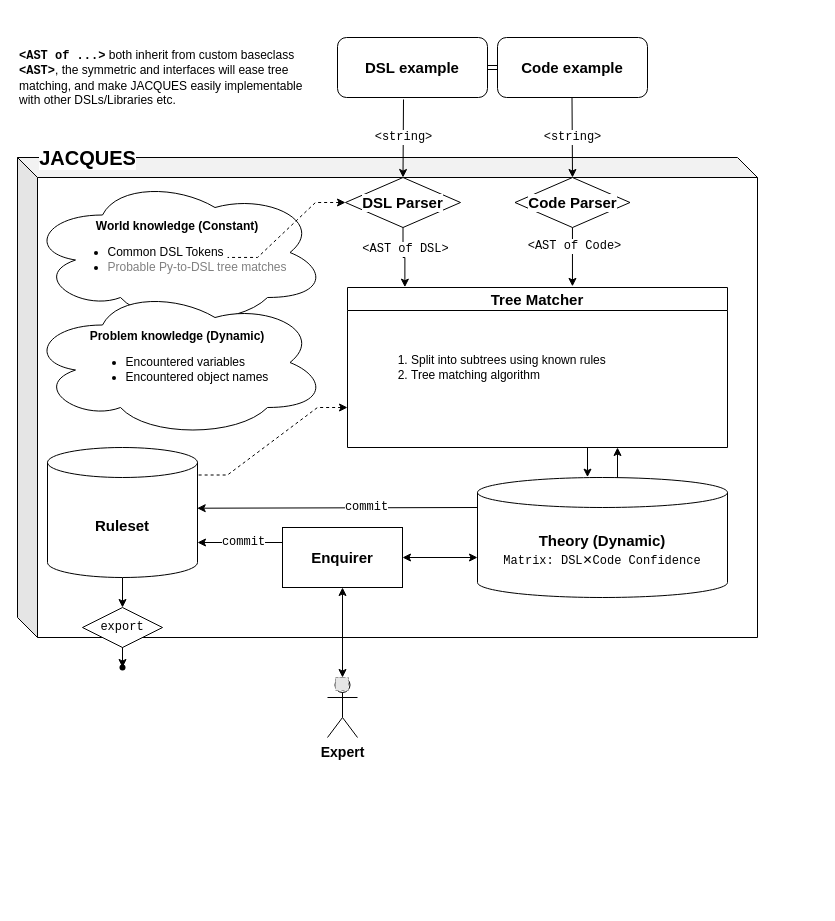
Before: documentation/design.drawio in Goshagosha/Jacques, a draw.io diagram. Source tidied: cells renumbered, new cells numbered last; positions are measured from the earlier drawing's top-left corner, leaving out a move shared by most shapes. Both pictures are drawn from the tidied source at 100%, with x=0, y=0 at pixel (17, 17). Pictures stored in the file or linked from it are replaced by grey dashed boxes.
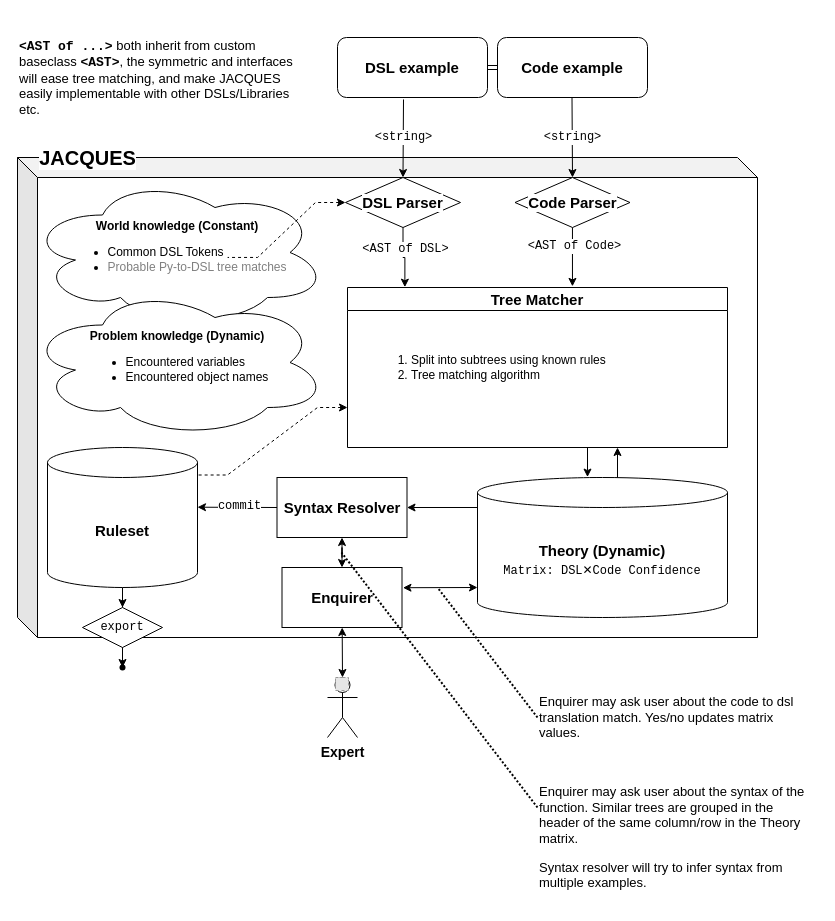
The same page after the edit.

Diff of the diagram source:
```diff
@@
     <mxCell id="7" value="&lt;div style=&quot;font-size: 15px;&quot;&gt;Ruleset&lt;br style=&quot;font-size: 15px;&quot;&gt;&lt;/div&gt;" style="shape=cylinder3;whiteSpace=wrap;html=1;boundedLbl=1;backgroundOutline=1;size=15;rounded=0;shadow=0;labelBackgroundColor=default;fontSize=15;fontFamily=Helvetica;fontStyle=1;" parent="1" vertex="1">
-      <mxGeometry x="30" y="430" width="150" height="130" as="geometry" />
+      <mxGeometry x="30" y="430" width="150" height="140" as="geometry" />
     </mxCell>
@@
     <mxCell id="28" value="&lt;div style=&quot;font-size: 15px;&quot; align=&quot;center&quot;&gt;&lt;font style=&quot;font-size: 15px;&quot;&gt;Theory (Dynamic)&lt;/font&gt;&lt;/div&gt;&lt;div style=&quot;font-size: 15px;&quot; align=&quot;center&quot;&gt;&lt;font style=&quot;font-size: 15px;&quot;&gt;&lt;span style=&quot;font-weight: normal;&quot;&gt;&lt;font style=&quot;font-size: 12px;&quot; face=&quot;Courier New&quot;&gt;Matrix: DSL✕Code Confidence&lt;/font&gt;&lt;/span&gt;&lt;br style=&quot;font-size: 15px;&quot;&gt;&lt;/font&gt;&lt;/div&gt;" style="shape=cylinder3;whiteSpace=wrap;html=1;boundedLbl=1;backgroundOutline=1;size=15;rounded=0;shadow=0;labelBackgroundColor=default;fontFamily=Helvetica;fontSize=15;align=center;fontStyle=1;" parent="1" vertex="1">
-      <mxGeometry x="460" y="460" width="250" height="120" as="geometry" />
+      <mxGeometry x="460" y="460" width="250" height="140" as="geometry" />
     </mxCell>
@@
     <mxCell id="31" value="Enquirer" style="rounded=0;whiteSpace=wrap;html=1;shadow=0;labelBackgroundColor=default;fontFamily=Helvetica;fontSize=15;fontStyle=1;" parent="1" vertex="1">
-      <mxGeometry x="265" y="510" width="120" height="60" as="geometry" />
+      <mxGeometry x="264.5" y="550" width="120" height="60" as="geometry" />
     </mxCell>
@@
-    <mxCell id="33" style="endArrow=classic;startArrow=classic;html=1;rounded=0;fontFamily=Courier New;fontSize=12;strokeWidth=1;exitX=1;exitY=0.5;exitDx=0;exitDy=0;" parent="1" edge="1" source="31">
+    <mxCell id="33" style="endArrow=classic;startArrow=classic;html=1;rounded=0;fontFamily=Courier New;fontSize=12;strokeWidth=1;exitX=1.008;exitY=0.337;exitDx=0;exitDy=0;exitPerimeter=0;" parent="1" edge="1" source="31">
       <mxGeometry relative="1" as="geometry">
-        <mxPoint x="460" y="540" as="targetPoint" />
+        <mxPoint x="460" y="570" as="targetPoint" />
       </mxGeometry>
     </mxCell>
-    <mxCell id="34" style="endArrow=classic;html=1;rounded=0;fontFamily=Courier New;fontSize=12;strokeWidth=1;exitX=0;exitY=0.25;exitDx=0;exitDy=0;" parent="1" edge="1" source="31">
-      <mxGeometry relative="1" as="geometry">
-        <mxPoint x="180" y="525" as="targetPoint" />
-      </mxGeometry>
-    </mxCell>
-    <mxCell id="35" value="&lt;div style=&quot;font-size: 12px;&quot;&gt;commit&lt;/div&gt;" style="edgeLabel;html=1;align=center;verticalAlign=middle;fontSize=12;fontFamily=Courier New;fontStyle=0;" parent="34" vertex="1">
-      <mxGeometry x="-0.27" y="-2" relative="1" as="geometry">
-        <mxPoint x="-9" y="1" as="offset" />
-      </mxGeometry>
-    </mxCell>
-    <mxCell id="36" style="endArrow=classic;html=1;rounded=0;fontFamily=Courier New;fontSize=12;strokeWidth=1;entryX=0.998;entryY=0.467;entryDx=0;entryDy=0;entryPerimeter=0;" parent="1" edge="1" target="7">
+    <mxCell id="36" style="endArrow=classic;html=1;rounded=0;fontFamily=Courier New;fontSize=12;strokeWidth=1;exitX=0;exitY=0.5;exitDx=0;exitDy=0;" parent="1" edge="1" source="41">
       <mxGeometry relative="1" as="geometry">
-        <mxPoint x="460" y="490" as="sourcePoint" />
+        <mxPoint x="180" y="489.7" as="targetPoint" />
       </mxGeometry>
     </mxCell>
@@
-    <mxCell id="38" value="&lt;b style=&quot;font-size: 12px;&quot;&gt;&lt;font style=&quot;font-size: 12px;&quot; face=&quot;Courier New&quot;&gt;&amp;lt;AST of ...&amp;gt;&lt;/font&gt;&lt;/b&gt; both inherit from custom baseclass &lt;b style=&quot;font-size: 12px;&quot;&gt;&lt;font style=&quot;font-size: 12px;&quot; face=&quot;Courier New&quot;&gt;&amp;lt;AST&amp;gt;&lt;/font&gt;&lt;/b&gt;, the symmetric and interfaces will ease tree matching, and make JACQUES easily implementable with other DSLs/Libraries etc." style="text;html=1;strokeColor=none;fillColor=none;align=left;verticalAlign=middle;whiteSpace=wrap;rounded=0;shadow=0;labelBackgroundColor=default;fontFamily=Helvetica;fontSize=12;fontColor=#000000;" parent="1" vertex="1">
+    <mxCell id="38" value="&lt;font style=&quot;font-size: 13px;&quot;&gt;&lt;b style=&quot;&quot;&gt;&lt;font style=&quot;font-size: 13px;&quot; face=&quot;Courier New&quot;&gt;&amp;lt;AST of ...&amp;gt;&lt;/font&gt;&lt;/b&gt; both inherit from custom baseclass &lt;b style=&quot;&quot;&gt;&lt;font style=&quot;font-size: 13px;&quot; face=&quot;Courier New&quot;&gt;&amp;lt;AST&amp;gt;&lt;/font&gt;&lt;/b&gt;, the symmetric and interfaces will ease tree matching, and make JACQUES easily implementable with other DSLs/Libraries etc.&lt;/font&gt;" style="text;html=1;strokeColor=none;fillColor=none;align=left;verticalAlign=middle;whiteSpace=wrap;rounded=0;shadow=0;labelBackgroundColor=default;fontFamily=Helvetica;fontSize=12;fontColor=#000000;" parent="1" vertex="1">
       <mxGeometry width="290" height="120" as="geometry" />
     </mxCell>
@@
+    <mxCell id="40" style="edgeStyle=orthogonalEdgeStyle;rounded=0;jettySize=auto;html=1;fontSize=15;startArrow=classic;startFill=1;" parent="1" edge="1" source="41" target="31">
+      <mxGeometry relative="1" as="geometry" />
+    </mxCell>
+    <mxCell id="41" value="&lt;font style=&quot;font-size: 15px;&quot;&gt;&lt;b&gt;Syntax Resolver&lt;br&gt;&lt;/b&gt;&lt;/font&gt;" style="rounded=0;whiteSpace=wrap;html=1;" parent="1" vertex="1">
+      <mxGeometry x="259.5" y="460" width="130" height="60" as="geometry" />
+    </mxCell>
+    <mxCell id="42" style="endArrow=classic;html=1;rounded=0;fontFamily=Courier New;fontSize=12;strokeWidth=1;entryX=1;entryY=0.5;entryDx=0;entryDy=0;" parent="1" edge="1" target="41">
+      <mxGeometry relative="1" as="geometry">
+        <mxPoint x="460" y="490" as="sourcePoint" />
+      </mxGeometry>
+    </mxCell>
+    <mxCell id="43" style="endArrow=none;dashed=1;html=1;strokeWidth=2;rounded=0;fontSize=15;dashPattern=1 1;" parent="1" edge="1">
+      <mxGeometry relative="1" as="geometry">
+        <mxPoint x="520" y="790" as="sourcePoint" />
+        <mxPoint x="324" y="535" as="targetPoint" />
+      </mxGeometry>
+    </mxCell>
+    <mxCell id="44" style="endArrow=none;dashed=1;html=1;strokeWidth=2;rounded=0;fontSize=15;dashPattern=1 1;" parent="1" edge="1">
+      <mxGeometry relative="1" as="geometry">
+        <mxPoint x="520" y="700" as="sourcePoint" />
+        <mxPoint x="420" y="570" as="targetPoint" />
+      </mxGeometry>
+    </mxCell>
+    <mxCell id="45" value="&lt;p style=&quot;font-size: 13px;&quot;&gt;&lt;font style=&quot;font-size: 13px;&quot; face=&quot;Helvetica&quot;&gt;Enquirer may ask user about the code to dsl translation match. Yes/no updates matrix values.&lt;br&gt;&lt;/font&gt;&lt;/p&gt;" style="text;html=1;strokeColor=none;fillColor=none;align=left;verticalAlign=middle;whiteSpace=wrap;rounded=0;shadow=0;labelBackgroundColor=default;fontFamily=Helvetica;fontSize=12;fontColor=#000000;" parent="1" vertex="1">
+      <mxGeometry x="520" y="680" width="280" height="40" as="geometry" />
+    </mxCell>
+    <mxCell id="46" value="&lt;p style=&quot;font-size: 13px;&quot;&gt;&lt;font style=&quot;font-size: 13px;&quot; face=&quot;Helvetica&quot;&gt;Enquirer may ask user about the syntax of the function. Similar trees are grouped in the header of the same column/row in the Theory matrix.&lt;/font&gt;&lt;/p&gt;&lt;p style=&quot;font-size: 13px;&quot;&gt;&lt;font style=&quot;font-size: 13px;&quot; face=&quot;Helvetica&quot;&gt;Syntax resolver will try to infer syntax from multiple examples.&lt;/font&gt;&lt;/p&gt;" style="text;html=1;strokeColor=none;fillColor=none;align=left;verticalAlign=middle;whiteSpace=wrap;rounded=0;shadow=0;labelBackgroundColor=default;fontFamily=Helvetica;fontSize=12;fontColor=#000000;" parent="1" vertex="1">
+      <mxGeometry x="520" y="800" width="280" height="40" as="geometry" />
+    </mxCell>
```
